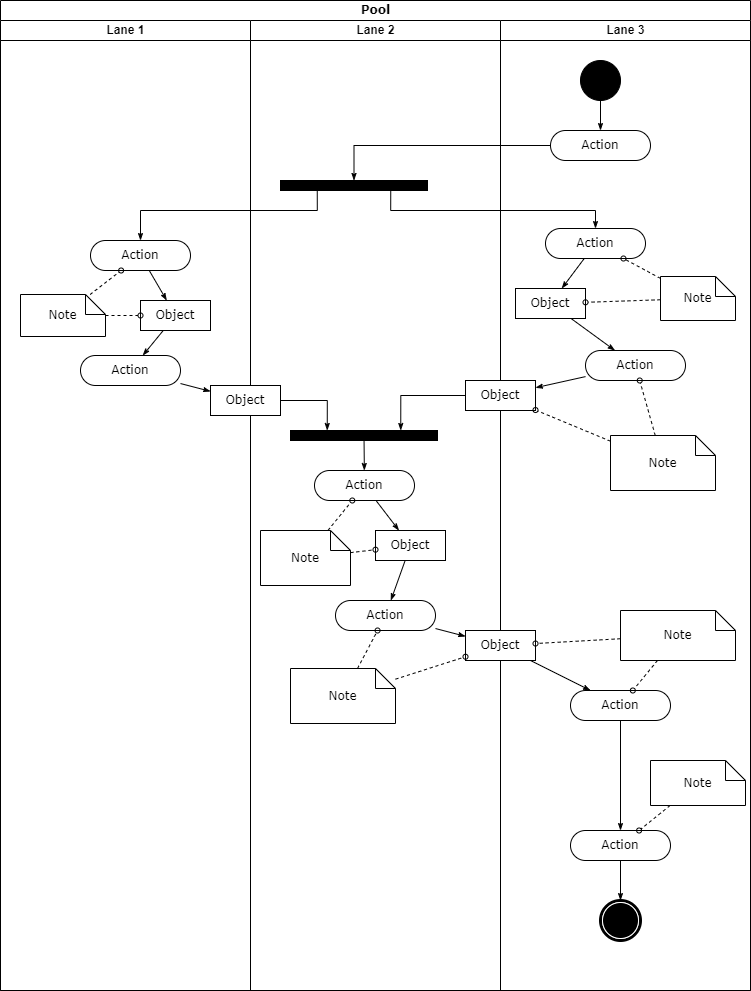
This is BPMN.png from watashinonericell/myrepos, a draw.io export, as it was before one commit. Source tidied: cells renumbered, new cells last; positions are measured from the earlier drawing's top-left corner, leaving out a move shared by most shapes.
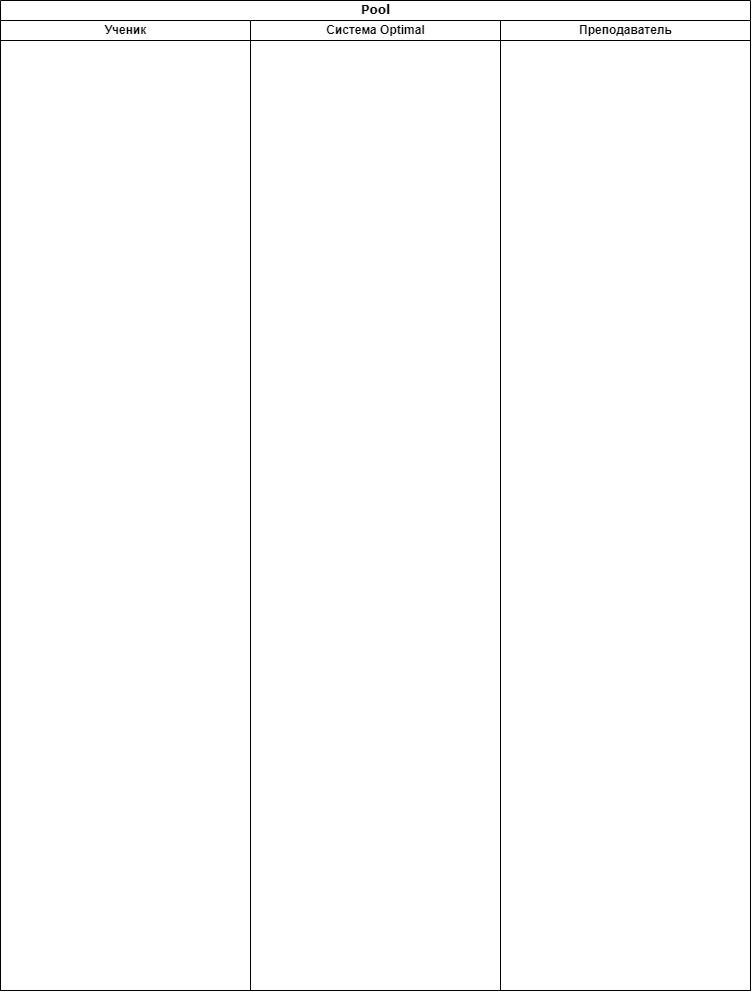
After the commit.

Change to the diagram source:
```diff
@@ -5,202 +5,14 @@
     <mxCell id="2" value="Pool" style="swimlane;html=1;startSize=20;rounded=0;shadow=0;comic=0;labelBackgroundColor=none;strokeWidth=1;fontFamily=Verdana;fontSize=12;align=center;" parent="1" vertex="1">
       <mxGeometry width="750" height="990" as="geometry" />
     </mxCell>
-    <mxCell id="3" value="Lane 1" style="swimlane;html=1;startSize=20;" parent="2" vertex="1">
+    <mxCell id="3" value="Ученик" style="swimlane;html=1;startSize=20;" parent="2" vertex="1">
       <mxGeometry y="20" width="250" height="970" as="geometry" />
     </mxCell>
-    <mxCell id="4" style="edgeStyle=none;rounded=0;html=1;labelBackgroundColor=none;startArrow=none;startFill=0;startSize=5;endArrow=classicThin;endFill=1;endSize=5;jettySize=auto;strokeWidth=1;fontFamily=Verdana;fontSize=12;" parent="3" edge="1" source="5" target="8">
-      <mxGeometry relative="1" as="geometry" />
-    </mxCell>
-    <mxCell id="5" value="Action" style="rounded=1;whiteSpace=wrap;html=1;shadow=0;comic=0;labelBackgroundColor=none;strokeWidth=1;fontFamily=Verdana;fontSize=12;align=center;arcSize=50;" parent="3" vertex="1">
-      <mxGeometry x="90" y="220" width="100" height="30" as="geometry" />
-    </mxCell>
-    <mxCell id="6" value="Action" style="rounded=1;whiteSpace=wrap;html=1;shadow=0;comic=0;labelBackgroundColor=none;strokeWidth=1;fontFamily=Verdana;fontSize=12;align=center;arcSize=50;" parent="3" vertex="1">
-      <mxGeometry x="80" y="335" width="100" height="30" as="geometry" />
-    </mxCell>
-    <mxCell id="7" style="edgeStyle=none;rounded=0;html=1;labelBackgroundColor=none;startArrow=none;startFill=0;startSize=5;endArrow=classicThin;endFill=1;endSize=5;jettySize=auto;strokeWidth=1;fontFamily=Verdana;fontSize=12;" parent="3" edge="1" source="8" target="6">
-      <mxGeometry relative="1" as="geometry" />
-    </mxCell>
-    <mxCell id="8" value="Object" style="rounded=0;whiteSpace=wrap;html=1;shadow=0;comic=0;labelBackgroundColor=none;strokeWidth=1;fontFamily=Verdana;fontSize=12;align=center;arcSize=50;" parent="3" vertex="1">
-      <mxGeometry x="140" y="280" width="70" height="30" as="geometry" />
-    </mxCell>
-    <mxCell id="9" style="edgeStyle=none;rounded=0;html=1;labelBackgroundColor=none;startArrow=none;startFill=0;startSize=5;endArrow=oval;endFill=0;endSize=5;jettySize=auto;strokeWidth=1;fontFamily=Verdana;fontSize=12;dashed=1;" parent="3" edge="1" source="11" target="5">
-      <mxGeometry relative="1" as="geometry" />
-    </mxCell>
-    <mxCell id="10" style="edgeStyle=none;rounded=0;html=1;dashed=1;labelBackgroundColor=none;startArrow=none;startFill=0;startSize=5;endArrow=oval;endFill=0;endSize=5;jettySize=auto;strokeWidth=1;fontFamily=Verdana;fontSize=12;" parent="3" edge="1" source="11" target="8">
-      <mxGeometry relative="1" as="geometry" />
-    </mxCell>
-    <mxCell id="11" value="Note" style="shape=note;whiteSpace=wrap;html=1;rounded=0;shadow=0;comic=0;labelBackgroundColor=none;strokeWidth=1;fontFamily=Verdana;fontSize=12;align=center;size=20;" parent="3" vertex="1">
-      <mxGeometry x="20" y="274" width="85" height="42" as="geometry" />
-    </mxCell>
-    <mxCell id="12" value="Lane 2" style="swimlane;html=1;startSize=20;" parent="2" vertex="1">
+    <mxCell id="12" value="Система Optimal" style="swimlane;html=1;startSize=20;" parent="2" vertex="1">
       <mxGeometry x="250" y="20" width="250" height="970" as="geometry" />
     </mxCell>
-    <mxCell id="13" style="whiteSpace=wrap;html=1;rounded=0;shadow=0;comic=0;labelBackgroundColor=none;strokeWidth=1;fillColor=#000000;fontFamily=Verdana;fontSize=12;align=center;rotation=0;" parent="12" vertex="1">
-      <mxGeometry x="30" y="160" width="147" height="10" as="geometry" />
-    </mxCell>
-    <mxCell id="14" style="edgeStyle=none;rounded=0;html=1;labelBackgroundColor=none;startArrow=none;startFill=0;startSize=5;endArrow=classicThin;endFill=1;endSize=5;jettySize=auto;strokeWidth=1;fontFamily=Verdana;fontSize=12;" parent="12" edge="1" source="15" target="21">
-      <mxGeometry relative="1" as="geometry" />
-    </mxCell>
-    <mxCell id="15" value="Action" style="rounded=1;whiteSpace=wrap;html=1;shadow=0;comic=0;labelBackgroundColor=none;strokeWidth=1;fontFamily=Verdana;fontSize=12;align=center;arcSize=50;" parent="12" vertex="1">
-      <mxGeometry x="64" y="450" width="100" height="30" as="geometry" />
-    </mxCell>
-    <mxCell id="16" style="edgeStyle=none;rounded=0;html=1;labelBackgroundColor=none;startArrow=none;startFill=0;startSize=5;endArrow=classicThin;endFill=1;endSize=5;jettySize=auto;strokeWidth=1;fontFamily=Verdana;fontSize=12;" parent="12" edge="1" source="17" target="15">
-      <mxGeometry relative="1" as="geometry" />
-    </mxCell>
-    <mxCell id="17" style="whiteSpace=wrap;html=1;rounded=0;shadow=0;comic=0;labelBackgroundColor=none;strokeWidth=1;fillColor=#000000;fontFamily=Verdana;fontSize=12;align=center;rotation=0;" parent="12" vertex="1">
-      <mxGeometry x="40" y="410" width="147" height="10" as="geometry" />
-    </mxCell>
-    <mxCell id="18" style="edgeStyle=orthogonalEdgeStyle;rounded=0;html=1;entryX=0.25;entryY=0;labelBackgroundColor=none;startArrow=none;startFill=0;startSize=5;endArrow=classicThin;endFill=1;endSize=5;jettySize=auto;strokeWidth=1;fontFamily=Verdana;fontSize=12;" parent="12" edge="1" source="19" target="17">
-      <mxGeometry relative="1" as="geometry" />
-    </mxCell>
-    <mxCell id="19" value="Object" style="rounded=0;whiteSpace=wrap;html=1;shadow=0;comic=0;labelBackgroundColor=none;strokeWidth=1;fontFamily=Verdana;fontSize=12;align=center;arcSize=50;" parent="12" vertex="1">
-      <mxGeometry x="-40" y="365" width="70" height="30" as="geometry" />
-    </mxCell>
-    <mxCell id="20" style="edgeStyle=none;rounded=0;html=1;labelBackgroundColor=none;startArrow=none;startFill=0;startSize=5;endArrow=classicThin;endFill=1;endSize=5;jettySize=auto;strokeWidth=1;fontFamily=Verdana;fontSize=12;" parent="12" edge="1" source="21" target="22">
-      <mxGeometry relative="1" as="geometry" />
-    </mxCell>
-    <mxCell id="21" value="Object" style="rounded=0;whiteSpace=wrap;html=1;shadow=0;comic=0;labelBackgroundColor=none;strokeWidth=1;fontFamily=Verdana;fontSize=12;align=center;arcSize=50;" parent="12" vertex="1">
-      <mxGeometry x="125" y="510" width="70" height="30" as="geometry" />
-    </mxCell>
-    <mxCell id="22" value="Action" style="rounded=1;whiteSpace=wrap;html=1;shadow=0;comic=0;labelBackgroundColor=none;strokeWidth=1;fontFamily=Verdana;fontSize=12;align=center;arcSize=50;" parent="12" vertex="1">
-      <mxGeometry x="85" y="580" width="100" height="30" as="geometry" />
-    </mxCell>
-    <mxCell id="23" style="edgeStyle=none;rounded=0;html=1;dashed=1;labelBackgroundColor=none;startArrow=none;startFill=0;startSize=5;endArrow=oval;endFill=0;endSize=5;jettySize=auto;strokeWidth=1;fontFamily=Verdana;fontSize=12;" parent="12" edge="1" source="25" target="15">
-      <mxGeometry relative="1" as="geometry" />
-    </mxCell>
-    <mxCell id="24" style="edgeStyle=none;rounded=0;html=1;dashed=1;labelBackgroundColor=none;startArrow=none;startFill=0;startSize=5;endArrow=oval;endFill=0;endSize=5;jettySize=auto;strokeWidth=1;fontFamily=Verdana;fontSize=12;" parent="12" edge="1" source="25" target="21">
-      <mxGeometry relative="1" as="geometry" />
-    </mxCell>
-    <mxCell id="25" value="Note" style="shape=note;whiteSpace=wrap;html=1;rounded=0;shadow=0;comic=0;labelBackgroundColor=none;strokeWidth=1;fontFamily=Verdana;fontSize=12;align=center;size=20;" parent="12" vertex="1">
-      <mxGeometry x="10" y="510" width="90" height="55" as="geometry" />
-    </mxCell>
-    <mxCell id="26" style="edgeStyle=none;rounded=0;html=1;dashed=1;labelBackgroundColor=none;startArrow=none;startFill=0;startSize=5;endArrow=oval;endFill=0;endSize=5;jettySize=auto;strokeWidth=1;fontFamily=Verdana;fontSize=12;" parent="12" edge="1" source="27" target="22">
-      <mxGeometry relative="1" as="geometry" />
-    </mxCell>
-    <mxCell id="27" value="Note" style="shape=note;whiteSpace=wrap;html=1;rounded=0;shadow=0;comic=0;labelBackgroundColor=none;strokeWidth=1;fontFamily=Verdana;fontSize=12;align=center;size=20;" parent="12" vertex="1">
-      <mxGeometry x="40" y="648" width="105" height="55" as="geometry" />
-    </mxCell>
-    <mxCell id="28" value="Lane 3" style="swimlane;html=1;startSize=20;" parent="2" vertex="1">
+    <mxCell id="28" value="Преподаватель" style="swimlane;html=1;startSize=20;" parent="2" vertex="1">
       <mxGeometry x="500" y="20" width="250" height="970" as="geometry" />
     </mxCell>
-    <mxCell id="29" style="edgeStyle=orthogonalEdgeStyle;rounded=0;html=1;labelBackgroundColor=none;startArrow=none;startFill=0;startSize=5;endArrow=classicThin;endFill=1;endSize=5;jettySize=auto;strokeWidth=1;fontFamily=Verdana;fontSize=12;" parent="28" edge="1" source="30" target="31">
-      <mxGeometry relative="1" as="geometry" />
-    </mxCell>
-    <mxCell id="30" style="ellipse;whiteSpace=wrap;html=1;rounded=0;shadow=0;comic=0;labelBackgroundColor=none;strokeWidth=1;fillColor=#000000;fontFamily=Verdana;fontSize=12;align=center;" parent="28" vertex="1">
-      <mxGeometry x="80" y="40" width="40" height="40" as="geometry" />
-    </mxCell>
-    <mxCell id="31" value="Action" style="rounded=1;whiteSpace=wrap;html=1;shadow=0;comic=0;labelBackgroundColor=none;strokeWidth=1;fontFamily=Verdana;fontSize=12;align=center;arcSize=50;" parent="28" vertex="1">
-      <mxGeometry x="50" y="110" width="100" height="30" as="geometry" />
-    </mxCell>
-    <mxCell id="32" style="rounded=0;html=1;labelBackgroundColor=none;startArrow=none;startFill=0;startSize=5;endArrow=classicThin;endFill=1;endSize=5;jettySize=auto;strokeWidth=1;fontFamily=Verdana;fontSize=12;" parent="28" edge="1" source="33" target="37">
-      <mxGeometry relative="1" as="geometry" />
-    </mxCell>
-    <mxCell id="33" value="Action" style="rounded=1;whiteSpace=wrap;html=1;shadow=0;comic=0;labelBackgroundColor=none;strokeWidth=1;fontFamily=Verdana;fontSize=12;align=center;arcSize=50;" parent="28" vertex="1">
-      <mxGeometry x="45" y="208" width="100" height="30" as="geometry" />
-    </mxCell>
-    <mxCell id="34" style="edgeStyle=none;rounded=0;html=1;labelBackgroundColor=none;startArrow=none;startFill=0;startSize=5;endArrow=classicThin;endFill=1;endSize=5;jettySize=auto;strokeWidth=1;fontFamily=Verdana;fontSize=12;" parent="28" edge="1" source="35" target="38">
-      <mxGeometry relative="1" as="geometry" />
-    </mxCell>
-    <mxCell id="35" value="Action" style="rounded=1;whiteSpace=wrap;html=1;shadow=0;comic=0;labelBackgroundColor=none;strokeWidth=1;fontFamily=Verdana;fontSize=12;align=center;arcSize=50;" parent="28" vertex="1">
-      <mxGeometry x="85" y="330" width="100" height="30" as="geometry" />
-    </mxCell>
-    <mxCell id="36" style="edgeStyle=none;rounded=0;html=1;labelBackgroundColor=none;startArrow=none;startFill=0;startSize=5;endArrow=classicThin;endFill=1;endSize=5;jettySize=auto;strokeWidth=1;fontFamily=Verdana;fontSize=12;" parent="28" edge="1" source="37" target="35">
-      <mxGeometry relative="1" as="geometry" />
-    </mxCell>
-    <mxCell id="37" value="Object" style="rounded=0;whiteSpace=wrap;html=1;shadow=0;comic=0;labelBackgroundColor=none;strokeWidth=1;fontFamily=Verdana;fontSize=12;align=center;arcSize=50;" parent="28" vertex="1">
-      <mxGeometry x="15" y="268" width="70" height="30" as="geometry" />
-    </mxCell>
-    <mxCell id="38" value="Object" style="rounded=0;whiteSpace=wrap;html=1;shadow=0;comic=0;labelBackgroundColor=none;strokeWidth=1;fontFamily=Verdana;fontSize=12;align=center;arcSize=50;" parent="28" vertex="1">
-      <mxGeometry x="-35" y="360" width="70" height="30" as="geometry" />
-    </mxCell>
-    <mxCell id="39" style="edgeStyle=none;rounded=0;html=1;labelBackgroundColor=none;startArrow=none;startFill=0;startSize=5;endArrow=classicThin;endFill=1;endSize=5;jettySize=auto;strokeWidth=1;fontFamily=Verdana;fontSize=12;" parent="28" edge="1" source="40" target="42">
-      <mxGeometry relative="1" as="geometry" />
-    </mxCell>
-    <mxCell id="40" value="Object" style="rounded=0;whiteSpace=wrap;html=1;shadow=0;comic=0;labelBackgroundColor=none;strokeWidth=1;fontFamily=Verdana;fontSize=12;align=center;arcSize=50;" parent="28" vertex="1">
-      <mxGeometry x="-35" y="610" width="70" height="30" as="geometry" />
-    </mxCell>
-    <mxCell id="41" style="edgeStyle=none;rounded=0;html=1;labelBackgroundColor=none;startArrow=none;startFill=0;startSize=5;endArrow=classicThin;endFill=1;endSize=5;jettySize=auto;strokeWidth=1;fontFamily=Verdana;fontSize=12;" parent="28" edge="1" source="42" target="44">
-      <mxGeometry relative="1" as="geometry" />
-    </mxCell>
-    <mxCell id="42" value="Action" style="rounded=1;whiteSpace=wrap;html=1;shadow=0;comic=0;labelBackgroundColor=none;strokeWidth=1;fontFamily=Verdana;fontSize=12;align=center;arcSize=50;" parent="28" vertex="1">
-      <mxGeometry x="70" y="670" width="100" height="30" as="geometry" />
-    </mxCell>
-    <mxCell id="43" style="edgeStyle=none;rounded=0;html=1;labelBackgroundColor=none;startArrow=none;startFill=0;startSize=5;endArrow=classicThin;endFill=1;endSize=5;jettySize=auto;strokeWidth=1;fontFamily=Verdana;fontSize=12;" parent="28" edge="1" source="44" target="45">
-      <mxGeometry relative="1" as="geometry" />
-    </mxCell>
-    <mxCell id="44" value="Action" style="rounded=1;whiteSpace=wrap;html=1;shadow=0;comic=0;labelBackgroundColor=none;strokeWidth=1;fontFamily=Verdana;fontSize=12;align=center;arcSize=50;" parent="28" vertex="1">
-      <mxGeometry x="70" y="810" width="100" height="30" as="geometry" />
-    </mxCell>
-    <mxCell id="45" style="shape=mxgraph.bpmn.shape;html=1;verticalLabelPosition=bottom;labelBackgroundColor=#ffffff;verticalAlign=top;perimeter=ellipsePerimeter;outline=end;symbol=terminate;rounded=0;shadow=0;comic=0;strokeWidth=1;fontFamily=Verdana;fontSize=12;align=center;" parent="28" vertex="1">
-      <mxGeometry x="100" y="880" width="40" height="40" as="geometry" />
-    </mxCell>
-    <mxCell id="46" style="edgeStyle=none;rounded=0;html=1;dashed=1;labelBackgroundColor=none;startArrow=none;startFill=0;startSize=5;endArrow=oval;endFill=0;endSize=5;jettySize=auto;strokeWidth=1;fontFamily=Verdana;fontSize=12;" parent="28" edge="1" source="48" target="33">
-      <mxGeometry relative="1" as="geometry" />
-    </mxCell>
-    <mxCell id="47" style="edgeStyle=none;rounded=0;html=1;dashed=1;labelBackgroundColor=none;startArrow=none;startFill=0;startSize=5;endArrow=oval;endFill=0;endSize=5;jettySize=auto;strokeWidth=1;fontFamily=Verdana;fontSize=12;" parent="28" edge="1" source="48" target="37">
-      <mxGeometry relative="1" as="geometry" />
-    </mxCell>
-    <mxCell id="48" value="Note" style="shape=note;whiteSpace=wrap;html=1;rounded=0;shadow=0;comic=0;labelBackgroundColor=none;strokeWidth=1;fontFamily=Verdana;fontSize=12;align=center;size=20;" parent="28" vertex="1">
-      <mxGeometry x="160" y="256" width="75" height="44" as="geometry" />
-    </mxCell>
-    <mxCell id="49" style="edgeStyle=none;rounded=0;html=1;dashed=1;labelBackgroundColor=none;startArrow=none;startFill=0;startSize=5;endArrow=oval;endFill=0;endSize=5;jettySize=auto;strokeWidth=1;fontFamily=Verdana;fontSize=12;" parent="28" edge="1" source="51" target="35">
-      <mxGeometry relative="1" as="geometry" />
-    </mxCell>
-    <mxCell id="50" style="edgeStyle=none;rounded=0;html=1;dashed=1;labelBackgroundColor=none;startArrow=none;startFill=0;startSize=5;endArrow=oval;endFill=0;endSize=5;jettySize=auto;strokeWidth=1;fontFamily=Verdana;fontSize=12;" parent="28" edge="1" source="51" target="38">
-      <mxGeometry relative="1" as="geometry" />
-    </mxCell>
-    <mxCell id="51" value="Note" style="shape=note;whiteSpace=wrap;html=1;rounded=0;shadow=0;comic=0;labelBackgroundColor=none;strokeWidth=1;fontFamily=Verdana;fontSize=12;align=center;size=20;" parent="28" vertex="1">
-      <mxGeometry x="110" y="415" width="105" height="55" as="geometry" />
-    </mxCell>
-    <mxCell id="52" style="edgeStyle=none;rounded=0;html=1;dashed=1;labelBackgroundColor=none;startArrow=none;startFill=0;startSize=5;endArrow=oval;endFill=0;endSize=5;jettySize=auto;strokeWidth=1;fontFamily=Verdana;fontSize=12;" parent="28" edge="1" source="54" target="42">
-      <mxGeometry relative="1" as="geometry" />
-    </mxCell>
-    <mxCell id="53" style="edgeStyle=none;rounded=0;html=1;dashed=1;labelBackgroundColor=none;startArrow=none;startFill=0;startSize=5;endArrow=oval;endFill=0;endSize=5;jettySize=auto;strokeWidth=1;fontFamily=Verdana;fontSize=12;" parent="28" edge="1" source="54" target="40">
-      <mxGeometry relative="1" as="geometry" />
-    </mxCell>
-    <mxCell id="54" value="Note" style="shape=note;whiteSpace=wrap;html=1;rounded=0;shadow=0;comic=0;labelBackgroundColor=none;strokeWidth=1;fontFamily=Verdana;fontSize=12;align=center;size=20;" parent="28" vertex="1">
-      <mxGeometry x="120" y="590" width="115" height="50" as="geometry" />
-    </mxCell>
-    <mxCell id="55" style="edgeStyle=none;rounded=0;html=1;dashed=1;labelBackgroundColor=none;startArrow=none;startFill=0;startSize=5;endArrow=oval;endFill=0;endSize=5;jettySize=auto;strokeWidth=1;fontFamily=Verdana;fontSize=12;" parent="28" edge="1" source="56" target="44">
-      <mxGeometry relative="1" as="geometry" />
-    </mxCell>
-    <mxCell id="56" value="Note" style="shape=note;whiteSpace=wrap;html=1;rounded=0;shadow=0;comic=0;labelBackgroundColor=none;strokeWidth=1;fontFamily=Verdana;fontSize=12;align=center;size=20;" parent="28" vertex="1">
-      <mxGeometry x="150" y="740" width="95" height="45" as="geometry" />
-    </mxCell>
-    <mxCell id="57" style="edgeStyle=orthogonalEdgeStyle;rounded=0;html=1;entryX=0.5;entryY=0;labelBackgroundColor=none;startArrow=none;startFill=0;startSize=5;endArrow=classicThin;endFill=1;endSize=5;jettySize=auto;strokeWidth=1;fontFamily=Verdana;fontSize=12;" parent="2" edge="1" source="31" target="13">
-      <mxGeometry relative="1" as="geometry">
-        <Array as="points">
-          <mxPoint x="354" y="145" />
-        </Array>
-      </mxGeometry>
-    </mxCell>
-    <mxCell id="58" style="edgeStyle=orthogonalEdgeStyle;rounded=0;html=1;exitX=0.75;exitY=1;labelBackgroundColor=none;startArrow=none;startFill=0;startSize=5;endArrow=classicThin;endFill=1;endSize=5;jettySize=auto;strokeWidth=1;fontFamily=Verdana;fontSize=12;" parent="2" edge="1" source="13" target="33">
-      <mxGeometry relative="1" as="geometry">
-        <Array as="points">
-          <mxPoint x="390" y="210" />
-          <mxPoint x="595" y="210" />
-        </Array>
-      </mxGeometry>
-    </mxCell>
-    <mxCell id="59" style="edgeStyle=orthogonalEdgeStyle;rounded=0;html=1;exitX=0.25;exitY=1;entryX=0.5;entryY=0;labelBackgroundColor=none;startArrow=none;startFill=0;startSize=5;endArrow=classicThin;endFill=1;endSize=5;jettySize=auto;strokeWidth=1;fontFamily=Verdana;fontSize=12;" parent="2" edge="1" source="13" target="5">
-      <mxGeometry relative="1" as="geometry">
-        <Array as="points">
-          <mxPoint x="317" y="210" />
-          <mxPoint x="140" y="210" />
-        </Array>
-      </mxGeometry>
-    </mxCell>
-    <mxCell id="60" style="edgeStyle=orthogonalEdgeStyle;rounded=0;html=1;entryX=0.75;entryY=0;labelBackgroundColor=none;startArrow=none;startFill=0;startSize=5;endArrow=classicThin;endFill=1;endSize=5;jettySize=auto;strokeWidth=1;fontFamily=Verdana;fontSize=12;" parent="2" edge="1" source="38" target="17">
-      <mxGeometry relative="1" as="geometry" />
-    </mxCell>
-    <mxCell id="61" style="edgeStyle=none;rounded=0;html=1;labelBackgroundColor=none;startArrow=none;startFill=0;startSize=5;endArrow=classicThin;endFill=1;endSize=5;jettySize=auto;strokeWidth=1;fontFamily=Verdana;fontSize=12;" parent="2" edge="1" source="6" target="19">
-      <mxGeometry relative="1" as="geometry" />
-    </mxCell>
-    <mxCell id="62" style="edgeStyle=none;rounded=0;html=1;labelBackgroundColor=none;startArrow=none;startFill=0;startSize=5;endArrow=classicThin;endFill=1;endSize=5;jettySize=auto;strokeWidth=1;fontFamily=Verdana;fontSize=12;" parent="2" edge="1" source="22" target="40">
-      <mxGeometry relative="1" as="geometry" />
-    </mxCell>
-    <mxCell id="63" style="edgeStyle=none;rounded=0;html=1;dashed=1;labelBackgroundColor=none;startArrow=none;startFill=0;startSize=5;endArrow=oval;endFill=0;endSize=5;jettySize=auto;strokeWidth=1;fontFamily=Verdana;fontSize=12;" parent="2" edge="1" source="27" target="40">
-      <mxGeometry relative="1" as="geometry" />
-    </mxCell>
   </root>
 </mxGraphModel>
```
